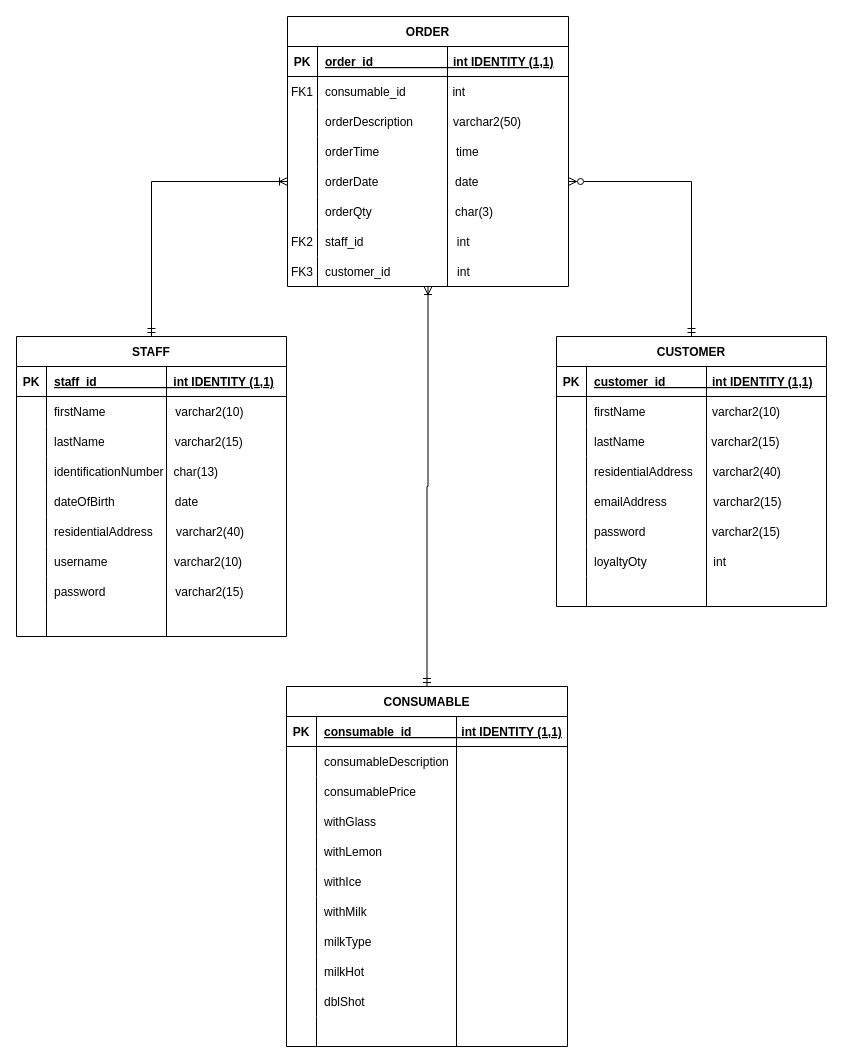
Before: Physical_Data_Model.drawio in BeoVR6R/CMPG-223-Data-Model, a draw.io diagram. Source tidied: cells renumbered, new cells numbered last; positions are measured from the earlier drawing's top-left corner, leaving out a move shared by most shapes. Both pictures are drawn from the tidied source at 100%, with x=0, y=0 at pixel (16, 16).
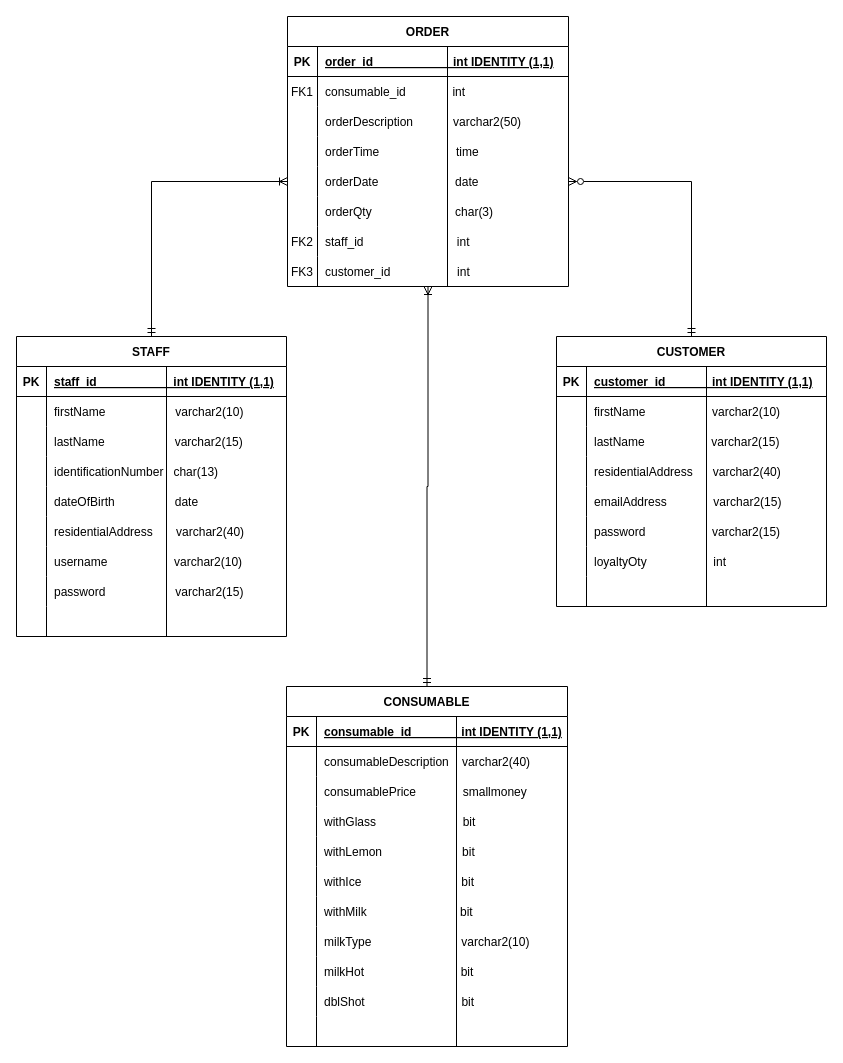
Above is the later version.

The change refers to these unchanged cells:
```xml
<mxCell id="33" style="shape=partialRectangle;fillColor=none;top=0;left=0;right=0;bottom=0;" parent="29" vertex="1">
  <mxGeometry y="60" width="281" height="30" as="geometry" />
</mxCell>
<mxCell id="36" style="shape=partialRectangle;fillColor=none;top=0;left=0;right=0;bottom=0;" parent="29" vertex="1">
  <mxGeometry y="90" width="281" height="30" as="geometry" />
</mxCell>
<mxCell id="39" style="shape=partialRectangle;fillColor=none;top=0;left=0;right=0;bottom=0;" parent="29" vertex="1">
  <mxGeometry y="120" width="281" height="30" as="geometry" />
</mxCell>
<mxCell id="42" style="shape=partialRectangle;fillColor=none;top=0;left=0;right=0;bottom=0;" parent="29" vertex="1">
  <mxGeometry y="150" width="281" height="30" as="geometry" />
</mxCell>
<mxCell id="45" style="shape=partialRectangle;fillColor=none;top=0;left=0;right=0;bottom=0;" parent="29" vertex="1">
  <mxGeometry y="180" width="281" height="30" as="geometry" />
</mxCell>
<mxCell id="48" style="shape=partialRectangle;fillColor=none;top=0;left=0;right=0;bottom=0;" parent="29" vertex="1">
  <mxGeometry y="210" width="281" height="30" as="geometry" />
</mxCell>
<mxCell id="51" style="shape=partialRectangle;fillColor=none;top=0;left=0;right=0;bottom=0;" parent="29" vertex="1">
  <mxGeometry y="240" width="281" height="30" as="geometry" />
</mxCell>
<mxCell id="54" style="shape=partialRectangle;fillColor=none;top=0;left=0;right=0;bottom=0;" parent="29" vertex="1">
  <mxGeometry y="270" width="281" height="30" as="geometry" />
</mxCell>
<mxCell id="57" style="shape=partialRectangle;fillColor=none;top=0;left=0;right=0;bottom=0;" parent="29" vertex="1">
  <mxGeometry y="300" width="281" height="30" as="geometry" />
</mxCell>
```

Change to the diagram source:
```diff
@@
-    <mxCell id="35" value="consumableDescription    " style="shape=partialRectangle;overflow=hidden;fillColor=none;top=0;left=0;bottom=0;right=0;align=left;spacingLeft=6;" parent="33" vertex="1">
+    <mxCell id="35" value="consumableDescription    varchar2(40)" style="shape=partialRectangle;overflow=hidden;fillColor=none;top=0;left=0;bottom=0;right=0;align=left;spacingLeft=6;" parent="33" vertex="1">
       <mxGeometry x="30" width="251" height="30" as="geometry" />
     </mxCell>
@@
-    <mxCell id="38" value="consumablePrice" style="shape=partialRectangle;overflow=hidden;fillColor=none;top=0;left=0;bottom=0;right=0;align=left;spacingLeft=6;" parent="36" vertex="1">
+    <mxCell id="38" value="consumablePrice              smallmoney" style="shape=partialRectangle;overflow=hidden;fillColor=none;top=0;left=0;bottom=0;right=0;align=left;spacingLeft=6;" parent="36" vertex="1">
       <mxGeometry x="30" width="251" height="30" as="geometry" />
     </mxCell>
@@
-    <mxCell id="41" value="withGlass" style="shape=partialRectangle;overflow=hidden;fillColor=none;top=0;left=0;bottom=0;right=0;align=left;spacingLeft=6;" parent="39" vertex="1">
+    <mxCell id="41" value="withGlass                          bit" style="shape=partialRectangle;overflow=hidden;fillColor=none;top=0;left=0;bottom=0;right=0;align=left;spacingLeft=6;" parent="39" vertex="1">
       <mxGeometry x="30" width="251" height="30" as="geometry" />
     </mxCell>
@@
-    <mxCell id="44" value="withLemon" style="shape=partialRectangle;overflow=hidden;fillColor=none;top=0;left=0;bottom=0;right=0;align=left;spacingLeft=6;" parent="42" vertex="1">
+    <mxCell id="44" value="withLemon                        bit" style="shape=partialRectangle;overflow=hidden;fillColor=none;top=0;left=0;bottom=0;right=0;align=left;spacingLeft=6;" parent="42" vertex="1">
       <mxGeometry x="30" width="251" height="30" as="geometry" />
     </mxCell>
@@
-    <mxCell id="47" value="withIce" style="shape=partialRectangle;overflow=hidden;fillColor=none;top=0;left=0;bottom=0;right=0;align=left;spacingLeft=6;" parent="45" vertex="1">
+    <mxCell id="47" value="withIce                              bit" style="shape=partialRectangle;overflow=hidden;fillColor=none;top=0;left=0;bottom=0;right=0;align=left;spacingLeft=6;" parent="45" vertex="1">
       <mxGeometry x="30" width="251" height="30" as="geometry" />
     </mxCell>
@@
-    <mxCell id="50" value="withMilk" style="shape=partialRectangle;overflow=hidden;fillColor=none;top=0;left=0;bottom=0;right=0;align=left;spacingLeft=6;" parent="48" vertex="1">
+    <mxCell id="50" value="withMilk                            bit" style="shape=partialRectangle;overflow=hidden;fillColor=none;top=0;left=0;bottom=0;right=0;align=left;spacingLeft=6;" parent="48" vertex="1">
       <mxGeometry x="30" width="251" height="30" as="geometry" />
     </mxCell>
@@
-    <mxCell id="53" value="milkType" style="shape=partialRectangle;overflow=hidden;fillColor=none;top=0;left=0;bottom=0;right=0;align=left;spacingLeft=6;" parent="51" vertex="1">
+    <mxCell id="53" value="milkType                           varchar2(10)" style="shape=partialRectangle;overflow=hidden;fillColor=none;top=0;left=0;bottom=0;right=0;align=left;spacingLeft=6;" parent="51" vertex="1">
       <mxGeometry x="30" width="251" height="30" as="geometry" />
     </mxCell>
@@
-    <mxCell id="56" value="milkHot" style="shape=partialRectangle;overflow=hidden;fillColor=none;top=0;left=0;bottom=0;right=0;align=left;spacingLeft=6;" parent="54" vertex="1">
+    <mxCell id="56" value="milkHot                             bit" style="shape=partialRectangle;overflow=hidden;fillColor=none;top=0;left=0;bottom=0;right=0;align=left;spacingLeft=6;" parent="54" vertex="1">
       <mxGeometry x="30" width="251" height="30" as="geometry" />
     </mxCell>
@@
-    <mxCell id="59" value="dblShot" style="shape=partialRectangle;overflow=hidden;fillColor=none;top=0;left=0;bottom=0;right=0;align=left;spacingLeft=6;" parent="57" vertex="1">
+    <mxCell id="59" value="dblShot                             bit" style="shape=partialRectangle;overflow=hidden;fillColor=none;top=0;left=0;bottom=0;right=0;align=left;spacingLeft=6;" parent="57" vertex="1">
       <mxGeometry x="30" width="251" height="30" as="geometry" />
     </mxCell>
```
